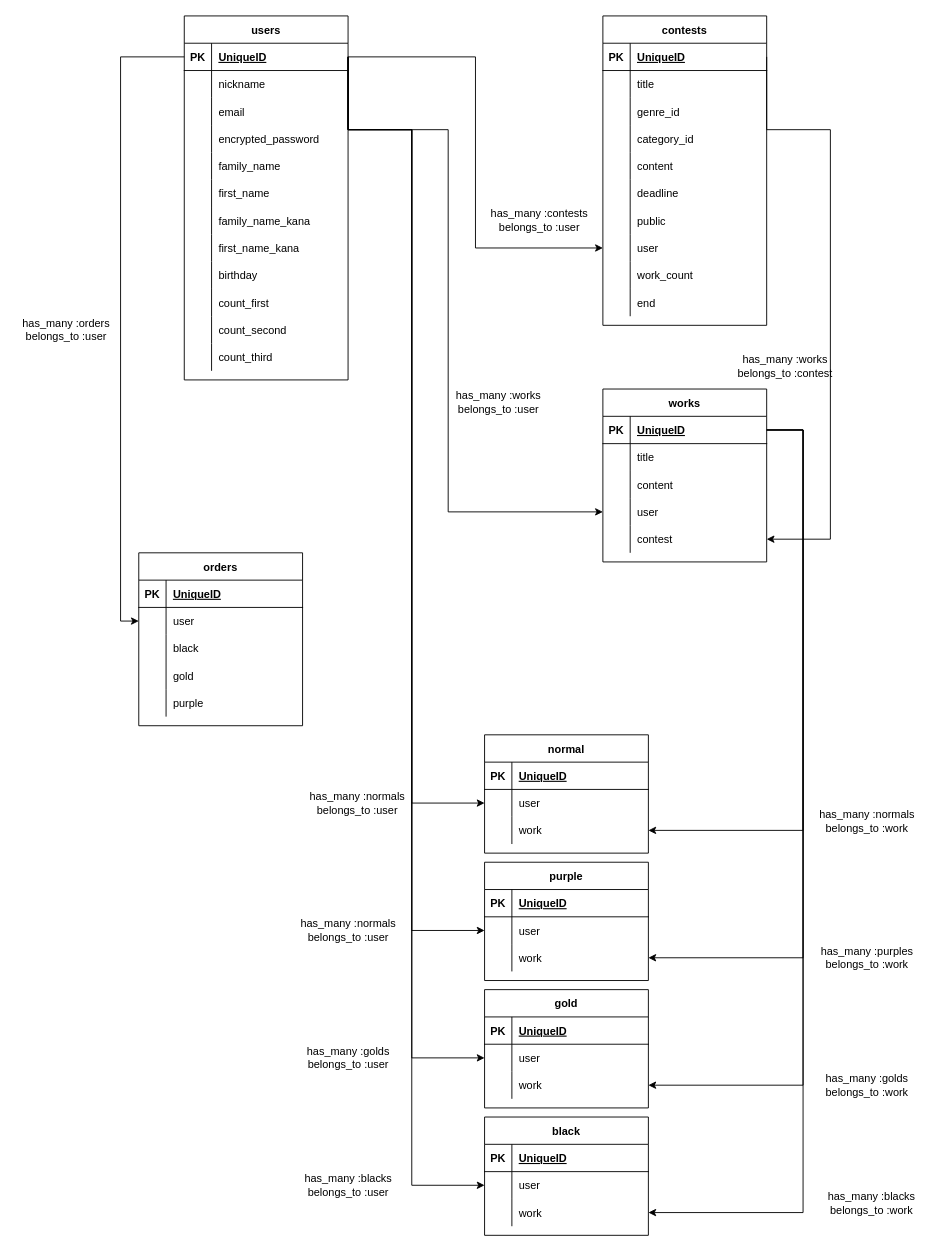
The draw.io diagram e-r.dio in tokiya-takai/moroheiya, before the edit. Source tidied: cells renumbered, new cells numbered last; positions are measured from the earlier drawing's top-left corner, leaving out a move shared by most shapes. Both pictures are drawn from the tidied source at 91%, with x=0, y=0 at pixel (15, 15).
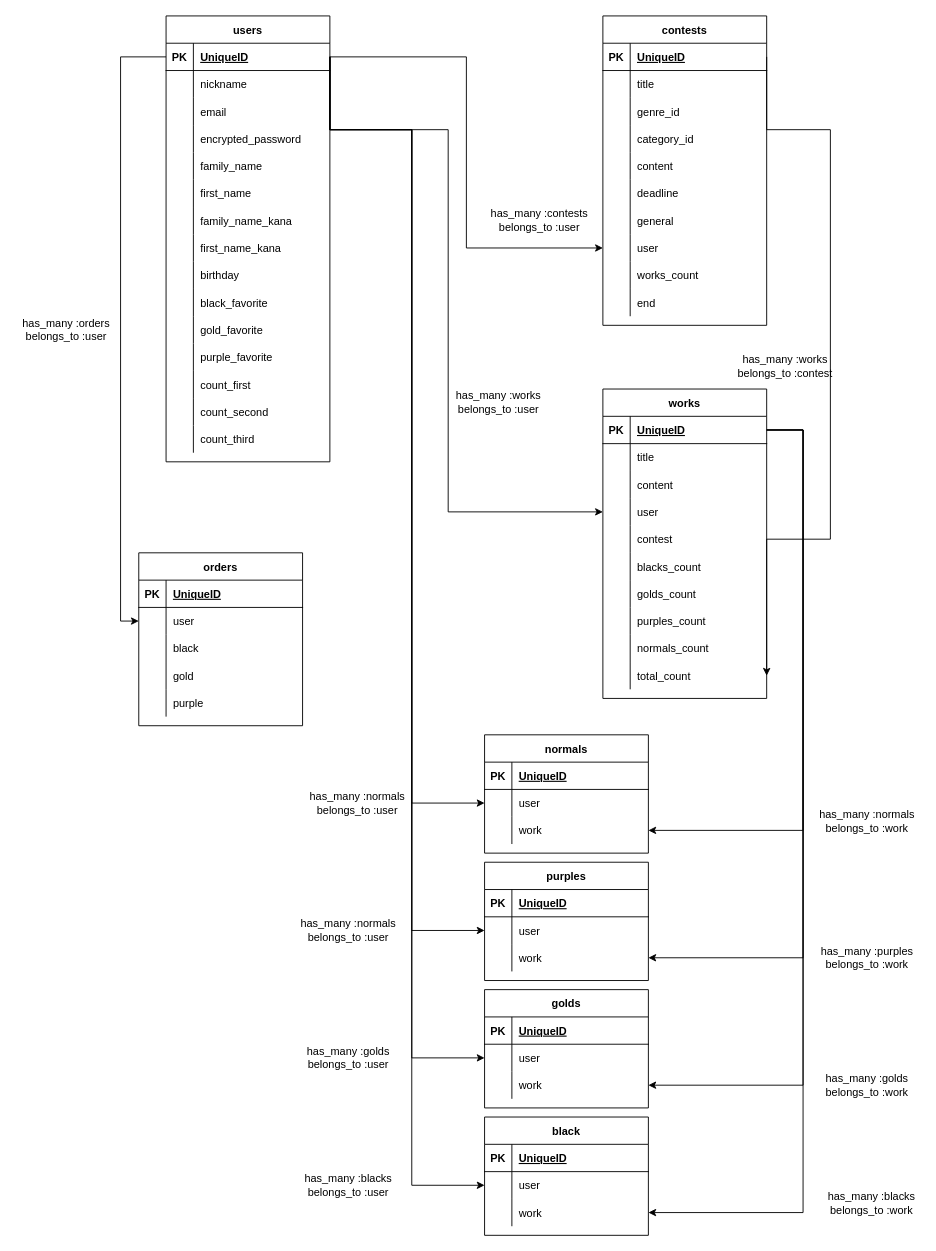
After the change.

Commit message (it also covers changes not shown here):
READMEとER図の修正2

Unchanged cells that the change refers to:
```xml
<mxCell id="58" style="shape=partialRectangle;fillColor=none;top=0;left=0;bottom=0;right=0;" parent="39" vertex="1">
  <mxGeometry y="210" width="180" height="30" as="geometry" />
</mxCell>
<mxCell id="64" style="shape=partialRectangle;fillColor=none;top=0;left=0;bottom=0;right=0;" parent="39" vertex="1">
  <mxGeometry y="270" width="180" height="30" as="geometry" />
</mxCell>
```

Diff of the diagram source:
```diff
@@
     <mxCell id="2" value="users" style="shape=table;startSize=30;childLayout=tableLayout;rowLines=0;fontStyle=1;align=center;" parent="1" vertex="1">
-      <mxGeometry x="185" width="180" height="400" as="geometry" />
+      <mxGeometry x="165" width="180" height="490" as="geometry" />
     </mxCell>
@@
+    <mxCell id="166" style="shape=partialRectangle;fillColor=none;top=0;left=0;bottom=0;right=0;" parent="2" vertex="1">
+      <mxGeometry y="270" width="180" height="30" as="geometry" />
+    </mxCell>
+    <mxCell id="167" style="shape=partialRectangle;fillColor=none;top=0;left=0;bottom=0;right=0;overflow=hidden;" parent="166" vertex="1">
+      <mxGeometry width="30" height="30" as="geometry" />
+    </mxCell>
+    <mxCell id="168" value="birthday" style="shape=partialRectangle;fillColor=none;top=0;left=0;bottom=0;right=0;align=left;spacingLeft=6;overflow=hidden;" parent="166" vertex="1">
+      <mxGeometry x="30" width="150" height="30" as="geometry" />
+    </mxCell>
+    <mxCell id="169" style="shape=partialRectangle;fillColor=none;top=0;left=0;bottom=0;right=0;" parent="2" vertex="1">
+      <mxGeometry y="300" width="180" height="30" as="geometry" />
+    </mxCell>
+    <mxCell id="170" style="shape=partialRectangle;fillColor=none;top=0;left=0;bottom=0;right=0;overflow=hidden;" parent="169" vertex="1">
+      <mxGeometry width="30" height="30" as="geometry" />
+    </mxCell>
+    <mxCell id="171" value="black_favorite" style="shape=partialRectangle;fillColor=none;top=0;left=0;bottom=0;right=0;align=left;spacingLeft=6;overflow=hidden;" parent="169" vertex="1">
+      <mxGeometry x="30" width="150" height="30" as="geometry" />
+    </mxCell>
+    <mxCell id="172" style="shape=partialRectangle;fillColor=none;top=0;left=0;bottom=0;right=0;" parent="2" vertex="1">
+      <mxGeometry y="330" width="180" height="30" as="geometry" />
+    </mxCell>
+    <mxCell id="173" style="shape=partialRectangle;fillColor=none;top=0;left=0;bottom=0;right=0;overflow=hidden;" parent="172" vertex="1">
+      <mxGeometry width="30" height="30" as="geometry" />
+    </mxCell>
+    <mxCell id="174" value="gold_favorite" style="shape=partialRectangle;fillColor=none;top=0;left=0;bottom=0;right=0;align=left;spacingLeft=6;overflow=hidden;" parent="172" vertex="1">
+      <mxGeometry x="30" width="150" height="30" as="geometry" />
+    </mxCell>
     <mxCell id="27" style="shape=partialRectangle;fillColor=none;top=0;left=0;bottom=0;right=0;" parent="2" vertex="1">
-      <mxGeometry y="270" width="180" height="30" as="geometry" />
+      <mxGeometry y="360" width="180" height="30" as="geometry" />
     </mxCell>
@@
-    <mxCell id="29" value="birthday" style="shape=partialRectangle;fillColor=none;top=0;left=0;bottom=0;right=0;align=left;spacingLeft=6;overflow=hidden;" parent="27" vertex="1">
+    <mxCell id="29" value="purple_favorite" style="shape=partialRectangle;fillColor=none;top=0;left=0;bottom=0;right=0;align=left;spacingLeft=6;overflow=hidden;" parent="27" vertex="1">
       <mxGeometry x="30" width="150" height="30" as="geometry" />
     </mxCell>
     <mxCell id="30" style="shape=partialRectangle;fillColor=none;top=0;left=0;bottom=0;right=0;" parent="2" vertex="1">
-      <mxGeometry y="300" width="180" height="30" as="geometry" />
+      <mxGeometry y="390" width="180" height="30" as="geometry" />
     </mxCell>
@@
     <mxCell id="33" style="shape=partialRectangle;fillColor=none;top=0;left=0;bottom=0;right=0;" parent="2" vertex="1">
-      <mxGeometry y="330" width="180" height="30" as="geometry" />
+      <mxGeometry y="420" width="180" height="30" as="geometry" />
     </mxCell>
@@
     <mxCell id="36" style="shape=partialRectangle;fillColor=none;top=0;left=0;bottom=0;right=0;" parent="2" vertex="1">
-      <mxGeometry y="360" width="180" height="30" as="geometry" />
+      <mxGeometry y="450" width="180" height="30" as="geometry" />
     </mxCell>
@@
-    <mxCell id="60" value="public" style="shape=partialRectangle;fillColor=none;top=0;left=0;bottom=0;right=0;align=left;spacingLeft=6;overflow=hidden;" parent="58" vertex="1">
+    <mxCell id="60" value="general" style="shape=partialRectangle;fillColor=none;top=0;left=0;bottom=0;right=0;align=left;spacingLeft=6;overflow=hidden;" parent="58" vertex="1">
       <mxGeometry x="30" width="150" height="30" as="geometry" />
     </mxCell>
@@
-    <mxCell id="66" value="work_count" style="shape=partialRectangle;fillColor=none;top=0;left=0;bottom=0;right=0;align=left;spacingLeft=6;overflow=hidden;" parent="64" vertex="1">
+    <mxCell id="66" value="works_count" style="shape=partialRectangle;fillColor=none;top=0;left=0;bottom=0;right=0;align=left;spacingLeft=6;overflow=hidden;" parent="64" vertex="1">
       <mxGeometry x="30" width="150" height="30" as="geometry" />
     </mxCell>
@@
     <mxCell id="70" value="works" style="shape=table;startSize=30;childLayout=tableLayout;rowLines=0;fontStyle=1;align=center;" parent="1" vertex="1">
-      <mxGeometry x="645" y="410" width="180" height="190" as="geometry" />
+      <mxGeometry x="645" y="410" width="180" height="340" as="geometry" />
     </mxCell>
@@
+    <mxCell id="175" style="shape=partialRectangle;fillColor=none;top=0;left=0;bottom=0;right=0;" parent="70" vertex="1">
+      <mxGeometry y="150" width="180" height="30" as="geometry" />
+    </mxCell>
+    <mxCell id="176" style="shape=partialRectangle;fillColor=none;top=0;left=0;bottom=0;right=0;overflow=hidden;" parent="175" vertex="1">
+      <mxGeometry width="30" height="30" as="geometry" />
+    </mxCell>
+    <mxCell id="177" value="contest" style="shape=partialRectangle;fillColor=none;top=0;left=0;bottom=0;right=0;align=left;spacingLeft=6;overflow=hidden;" parent="175" vertex="1">
+      <mxGeometry x="30" width="150" height="30" as="geometry" />
+    </mxCell>
+    <mxCell id="178" style="shape=partialRectangle;fillColor=none;top=0;left=0;bottom=0;right=0;" parent="70" vertex="1">
+      <mxGeometry y="180" width="180" height="30" as="geometry" />
+    </mxCell>
+    <mxCell id="179" style="shape=partialRectangle;fillColor=none;top=0;left=0;bottom=0;right=0;overflow=hidden;" parent="178" vertex="1">
+      <mxGeometry width="30" height="30" as="geometry" />
+    </mxCell>
+    <mxCell id="180" value="blacks_count" style="shape=partialRectangle;fillColor=none;top=0;left=0;bottom=0;right=0;align=left;spacingLeft=6;overflow=hidden;" parent="178" vertex="1">
+      <mxGeometry x="30" width="150" height="30" as="geometry" />
+    </mxCell>
+    <mxCell id="181" style="shape=partialRectangle;fillColor=none;top=0;left=0;bottom=0;right=0;" parent="70" vertex="1">
+      <mxGeometry y="210" width="180" height="30" as="geometry" />
+    </mxCell>
+    <mxCell id="182" style="shape=partialRectangle;fillColor=none;top=0;left=0;bottom=0;right=0;overflow=hidden;" parent="181" vertex="1">
+      <mxGeometry width="30" height="30" as="geometry" />
+    </mxCell>
+    <mxCell id="183" value="golds_count" style="shape=partialRectangle;fillColor=none;top=0;left=0;bottom=0;right=0;align=left;spacingLeft=6;overflow=hidden;" parent="181" vertex="1">
+      <mxGeometry x="30" width="150" height="30" as="geometry" />
+    </mxCell>
+    <mxCell id="184" style="shape=partialRectangle;fillColor=none;top=0;left=0;bottom=0;right=0;" parent="70" vertex="1">
+      <mxGeometry y="240" width="180" height="30" as="geometry" />
+    </mxCell>
+    <mxCell id="185" style="shape=partialRectangle;fillColor=none;top=0;left=0;bottom=0;right=0;overflow=hidden;" parent="184" vertex="1">
+      <mxGeometry width="30" height="30" as="geometry" />
+    </mxCell>
+    <mxCell id="186" value="purples_count" style="shape=partialRectangle;fillColor=none;top=0;left=0;bottom=0;right=0;align=left;spacingLeft=6;overflow=hidden;" parent="184" vertex="1">
+      <mxGeometry x="30" width="150" height="30" as="geometry" />
+    </mxCell>
+    <mxCell id="187" style="shape=partialRectangle;fillColor=none;top=0;left=0;bottom=0;right=0;" parent="70" vertex="1">
+      <mxGeometry y="270" width="180" height="30" as="geometry" />
+    </mxCell>
+    <mxCell id="188" style="shape=partialRectangle;fillColor=none;top=0;left=0;bottom=0;right=0;overflow=hidden;" parent="187" vertex="1">
+      <mxGeometry width="30" height="30" as="geometry" />
+    </mxCell>
+    <mxCell id="189" value="normals_count" style="shape=partialRectangle;fillColor=none;top=0;left=0;bottom=0;right=0;align=left;spacingLeft=6;overflow=hidden;" parent="187" vertex="1">
+      <mxGeometry x="30" width="150" height="30" as="geometry" />
+    </mxCell>
     <mxCell id="83" style="shape=partialRectangle;fillColor=none;top=0;left=0;bottom=0;right=0;points=[[0,0.5],[1,0.5]];portConstraint=eastwest;" parent="70" vertex="1">
-      <mxGeometry y="150" width="180" height="30" as="geometry" />
+      <mxGeometry y="300" width="180" height="30" as="geometry" />
     </mxCell>
@@
-    <mxCell id="85" value="contest" style="shape=partialRectangle;fillColor=none;top=0;left=0;bottom=0;right=0;align=left;spacingLeft=6;overflow=hidden;" parent="83" vertex="1">
+    <mxCell id="85" value="total_count" style="shape=partialRectangle;fillColor=none;top=0;left=0;bottom=0;right=0;align=left;spacingLeft=6;overflow=hidden;" parent="83" vertex="1">
       <mxGeometry x="30" width="150" height="30" as="geometry" />
     </mxCell>
@@
-    <mxCell id="90" value="normal" style="shape=table;startSize=30;childLayout=tableLayout;rowLines=0;fontStyle=1;align=center;" parent="1" vertex="1">
+    <mxCell id="90" value="normals" style="shape=table;startSize=30;childLayout=tableLayout;rowLines=0;fontStyle=1;align=center;" parent="1" vertex="1">
       <mxGeometry x="515" y="790" width="180" height="130" as="geometry" />
     </mxCell>
@@
-    <mxCell id="122" value="purple" style="shape=table;startSize=30;childLayout=tableLayout;rowLines=0;fontStyle=1;align=center;" parent="1" vertex="1">
+    <mxCell id="122" value="purples" style="shape=table;startSize=30;childLayout=tableLayout;rowLines=0;fontStyle=1;align=center;" parent="1" vertex="1">
       <mxGeometry x="515" y="930" width="180" height="130" as="geometry" />
     </mxCell>
@@
-    <mxCell id="132" value="gold" style="shape=table;startSize=30;childLayout=tableLayout;rowLines=0;fontStyle=1;align=center;" parent="1" vertex="1">
+    <mxCell id="132" value="golds" style="shape=table;startSize=30;childLayout=tableLayout;rowLines=0;fontStyle=1;align=center;" parent="1" vertex="1">
       <mxGeometry x="515" y="1070" width="180" height="130" as="geometry" />
     </mxCell>
```
